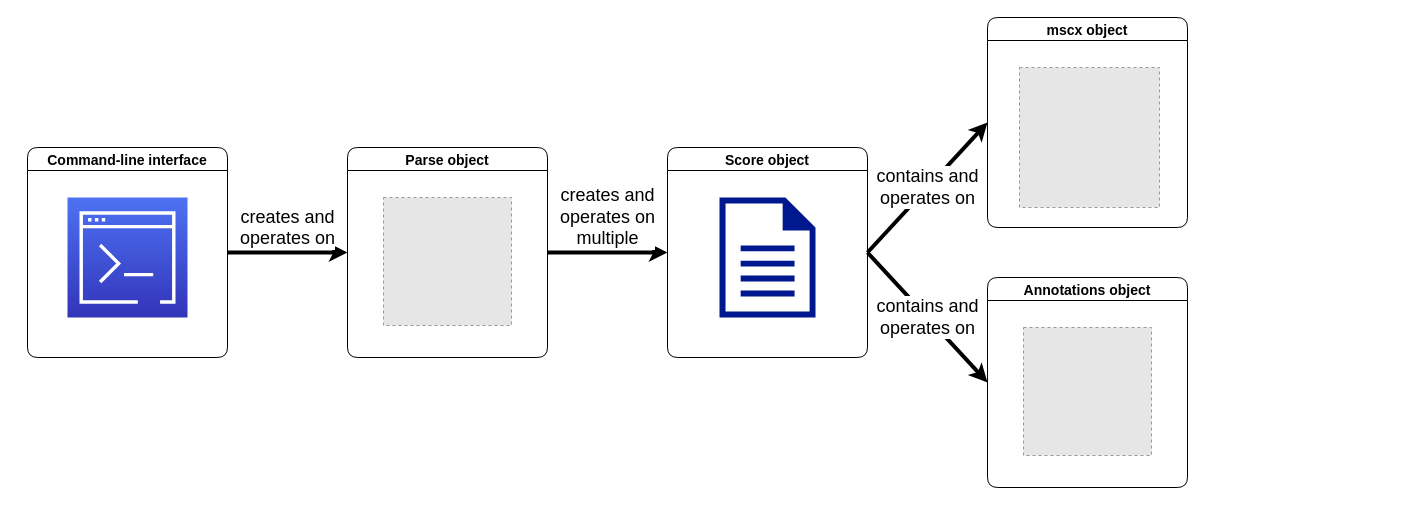
Above: docs/ms3_architecture.drawio in johentsch/ms3 (draw.io), before the change. Source tidied: cells renumbered, new cells numbered last; positions are measured from the earlier drawing's top-left corner, leaving out a move shared by most shapes. Both pictures are drawn from the tidied source at 100%, with x=0, y=0 at pixel (27, 17). Pictures stored in the file or linked from it are replaced by grey dashed boxes.
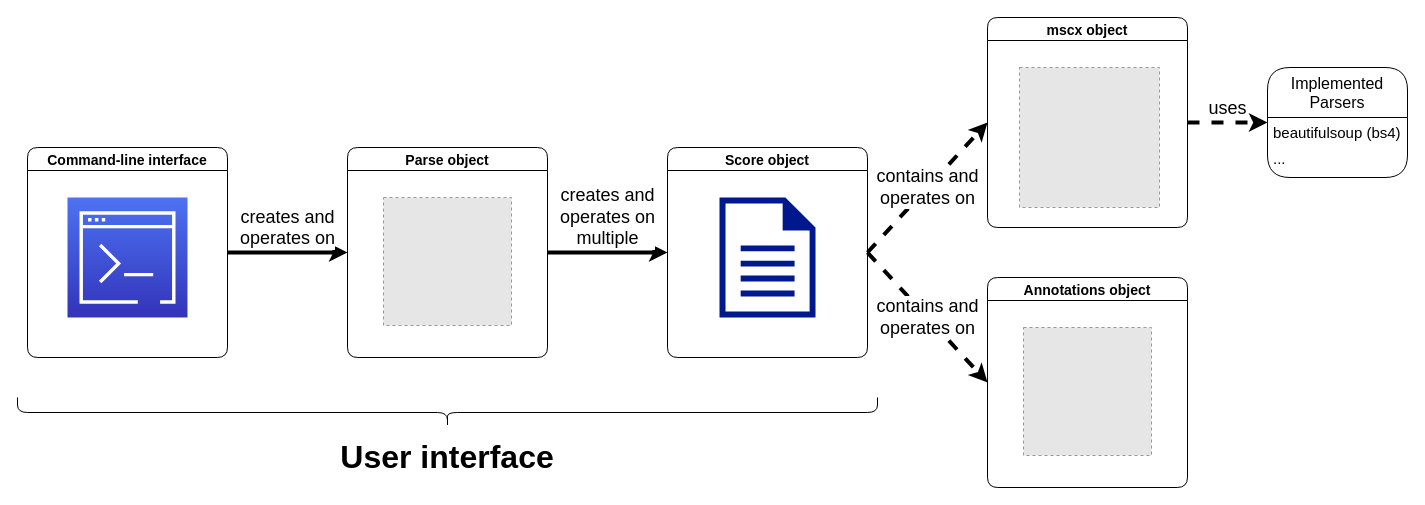
The same page after the edit.

The change refers to these unchanged cells:
```xml
<mxCell id="10" value="Score object" style="swimlane;rounded=1;fontSize=14;" parent="1" vertex="1">
  <mxGeometry x="640" y="130" width="200" height="210" as="geometry" />
</mxCell>
<mxCell id="12" value="mscx object" style="swimlane;rounded=1;fontSize=14;" parent="1" vertex="1">
  <mxGeometry x="960" width="200" height="210" as="geometry" />
</mxCell>
<mxCell id="14" value="Annotations object" style="swimlane;rounded=1;fontSize=14;" parent="1" vertex="1">
  <mxGeometry x="960" y="260" width="200" height="210" as="geometry" />
</mxCell>
```

Change to the diagram source:
```diff
@@
-    <mxCell id="8" value="&lt;div&gt;&lt;font style=&quot;font-size: 18px&quot;&gt;contains and&lt;/font&gt;&lt;/div&gt;&lt;div&gt;&lt;font style=&quot;font-size: 18px&quot;&gt;operates on&lt;br&gt;&lt;/font&gt;&lt;/div&gt;" style="rounded=0;jettySize=auto;html=1;exitX=1;exitY=0.5;exitDx=0;exitDy=0;entryX=0;entryY=0.5;entryDx=0;entryDy=0;fontSize=14;strokeWidth=4;verticalAlign=middle;" parent="1" edge="1" source="10" target="12">
+    <mxCell id="8" value="&lt;div style=&quot;font-size: 18px;&quot;&gt;&lt;font style=&quot;font-size: 18px&quot;&gt;contains and&lt;/font&gt;&lt;/div&gt;&lt;div style=&quot;font-size: 18px;&quot;&gt;&lt;font style=&quot;font-size: 18px&quot;&gt;operates on&lt;br style=&quot;font-size: 18px;&quot;&gt;&lt;/font&gt;&lt;/div&gt;" style="rounded=0;jettySize=auto;html=1;exitX=1;exitY=0.5;exitDx=0;exitDy=0;entryX=0;entryY=0.5;entryDx=0;entryDy=0;fontSize=18;strokeWidth=4;verticalAlign=middle;dashed=1;" parent="1" edge="1" source="10" target="12">
       <mxGeometry relative="1" as="geometry" />
     </mxCell>
-    <mxCell id="9" value="&lt;div&gt;&lt;font style=&quot;font-size: 18px&quot;&gt;contains and&lt;/font&gt;&lt;/div&gt;&lt;div&gt;&lt;font style=&quot;font-size: 18px&quot;&gt;operates on&lt;br&gt;&lt;/font&gt;&lt;/div&gt;" style="edgeStyle=none;rounded=0;jettySize=auto;html=1;exitX=1;exitY=0.5;exitDx=0;exitDy=0;entryX=0;entryY=0.5;entryDx=0;entryDy=0;fontSize=18;strokeWidth=4;verticalAlign=middle;" parent="1" edge="1" source="10" target="14">
+    <mxCell id="9" value="&lt;div style=&quot;font-size: 18px;&quot;&gt;&lt;font style=&quot;font-size: 18px&quot;&gt;contains and&lt;/font&gt;&lt;/div&gt;&lt;div style=&quot;font-size: 18px;&quot;&gt;&lt;font style=&quot;font-size: 18px&quot;&gt;operates on&lt;br style=&quot;font-size: 18px;&quot;&gt;&lt;/font&gt;&lt;/div&gt;" style="edgeStyle=none;rounded=0;jettySize=auto;html=1;exitX=1;exitY=0.5;exitDx=0;exitDy=0;entryX=0;entryY=0.5;entryDx=0;entryDy=0;fontSize=18;strokeWidth=4;verticalAlign=middle;dashed=1;" parent="1" edge="1" source="10" target="14">
       <mxGeometry relative="1" as="geometry" />
     </mxCell>
@@
+    <mxCell id="16" value="uses" style="edgeStyle=none;rounded=0;jettySize=auto;html=1;entryX=0;entryY=0.5;entryDx=0;entryDy=0;dashed=1;fontSize=18;strokeWidth=4;verticalAlign=bottom;" parent="1" edge="1" source="12" target="17">
+      <mxGeometry relative="1" as="geometry" />
+    </mxCell>
@@
+    <mxCell id="17" value="Implemented&#10;Parsers&#10;" style="swimlane;fontStyle=0;horizontal=1;startSize=50;rounded=1;fontSize=16;verticalAlign=top;" parent="1" vertex="1">
+      <mxGeometry x="1240" y="50" width="140" height="110" as="geometry" />
+    </mxCell>
+    <mxCell id="18" value="beautifulsoup (bs4)" style="text;strokeColor=none;fillColor=none;align=left;verticalAlign=top;spacingLeft=4;spacingRight=4;overflow=hidden;fontSize=15;" parent="17" vertex="1">
+      <mxGeometry y="50" width="140" height="26" as="geometry" />
+    </mxCell>
+    <mxCell id="19" value="..." style="text;strokeColor=none;fillColor=none;align=left;verticalAlign=top;spacingLeft=4;spacingRight=4;overflow=hidden;fontSize=15;" parent="17" vertex="1">
+      <mxGeometry y="76" width="140" height="34" as="geometry" />
+    </mxCell>
+    <mxCell id="20" style="shape=curlyBracket;whiteSpace=wrap;html=1;rounded=1;fontSize=18;startSize=23;verticalAlign=top;rotation=-90;" parent="1" vertex="1">
+      <mxGeometry x="405" y="-35" width="30" height="860" as="geometry" />
+    </mxCell>
+    <mxCell id="21" value="User interface" style="text;html=1;strokeColor=none;fillColor=none;align=center;verticalAlign=middle;whiteSpace=wrap;rounded=0;fontSize=32;startSize=23;fontStyle=1;" parent="1" vertex="1">
+      <mxGeometry x="300" y="430" width="240" height="20" as="geometry" />
+    </mxCell>
```
